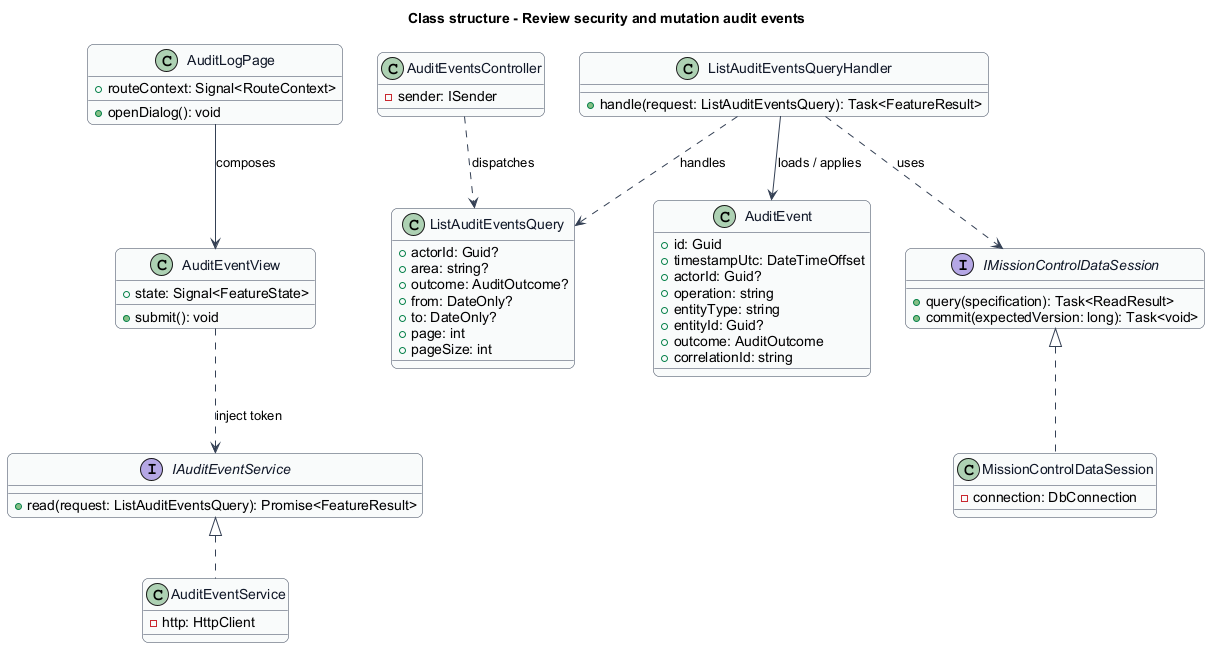
This is docs/detailed-designs/identity/review-audit-events/diagrams/class-structure.png from QuinntyneBrown/mission-control, a PlantUML export, as it was before one commit. Its diagram source:
```plantuml
@startuml
skinparam backgroundColor #FFFFFF
skinparam shadowing false
skinparam roundcorner 12
skinparam defaultFontName Arial
skinparam ArrowColor #344054
skinparam rectangle {
  BorderColor #344054
  FontColor #101828
}
skinparam package {
  BorderColor #667085
  FontColor #101828
  BackgroundColor #F9FAFB
}
title Class structure - Review security and mutation audit events
skinparam class {
  BorderColor #344054
  FontColor #101828
  BackgroundColor #F9FAFB
}
class AuditLogPage {
  +routeContext: Signal<RouteContext>
  +openDialog(): void
}
class AuditEventView {
  +state: Signal<FeatureState>
  +submit(): void
}
interface IAuditEventService {
  +read(request: ListAuditEventsQuery): Promise<FeatureResult>
}
class AuditEventService {
  -http: HttpClient
}
class AuditEventsController {
  -sender: ISender
}
class AuditEvent {
  +id: Guid
  +timestampUtc: DateTimeOffset
  +actorId: Guid?
  +operation: string
  +entityType: string
  +entityId: Guid?
  +outcome: AuditOutcome
  +correlationId: string
}
interface IMissionControlDataSession {
  +query(specification): Task<ReadResult>
  +commit(expectedVersion: long): Task<void>
}
class MissionControlDataSession {
  -connection: DbConnection
}
AuditLogPage --> AuditEventView : composes
AuditEventView ..> IAuditEventService : inject token
IAuditEventService <|.. AuditEventService
IMissionControlDataSession <|.. MissionControlDataSession
class ListAuditEventsQuery {
  +actorId: Guid?
  +area: string?
  +outcome: AuditOutcome?
  +from: DateOnly?
  +to: DateOnly?
  +page: int
  +pageSize: int
}
class ListAuditEventsQueryHandler {
  +handle(request: ListAuditEventsQuery): Task<FeatureResult>
}
AuditEventsController ..> ListAuditEventsQuery : dispatches
ListAuditEventsQueryHandler ..> ListAuditEventsQuery : handles
ListAuditEventsQueryHandler --> AuditEvent : loads / applies
ListAuditEventsQueryHandler ..> IMissionControlDataSession : uses

@enduml
```
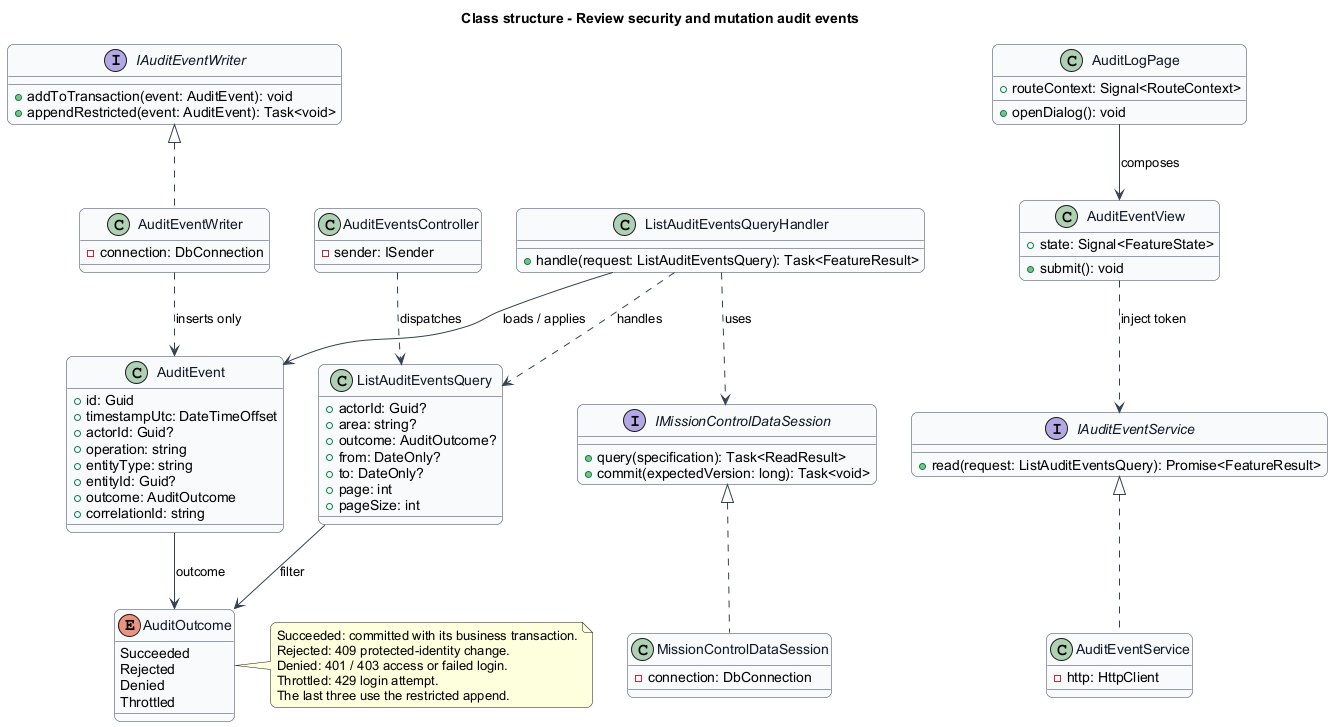
The same file after the commit.

What changed in the source:
```diff
@@ -46,6 +46,26 @@
   +outcome: AuditOutcome
   +correlationId: string
 }
+enum AuditOutcome {
+  Succeeded
+  Rejected
+  Denied
+  Throttled
+}
+note right of AuditOutcome
+  Succeeded: committed with its business transaction.
+  Rejected: 409 protected-identity change.
+  Denied: 401 / 403 access or failed login.
+  Throttled: 429 login attempt.
+  The last three use the restricted append.
+end note
+interface IAuditEventWriter {
+  +addToTransaction(event: AuditEvent): void
+  +appendRestricted(event: AuditEvent): Task<void>
+}
+class AuditEventWriter {
+  -connection: DbConnection
+}
 interface IMissionControlDataSession {
   +query(specification): Task<ReadResult>
   +commit(expectedVersion: long): Task<void>
@@ -57,6 +77,9 @@
 AuditEventView ..> IAuditEventService : inject token
 IAuditEventService <|.. AuditEventService
 IMissionControlDataSession <|.. MissionControlDataSession
+IAuditEventWriter <|.. AuditEventWriter
+AuditEvent --> AuditOutcome : outcome
+AuditEventWriter ..> AuditEvent : inserts only
 class ListAuditEventsQuery {
   +actorId: Guid?
   +area: string?
@@ -73,5 +96,6 @@
 ListAuditEventsQueryHandler ..> ListAuditEventsQuery : handles
 ListAuditEventsQueryHandler --> AuditEvent : loads / applies
 ListAuditEventsQueryHandler ..> IMissionControlDataSession : uses
+ListAuditEventsQuery --> AuditOutcome : filter
 
 @enduml
```
